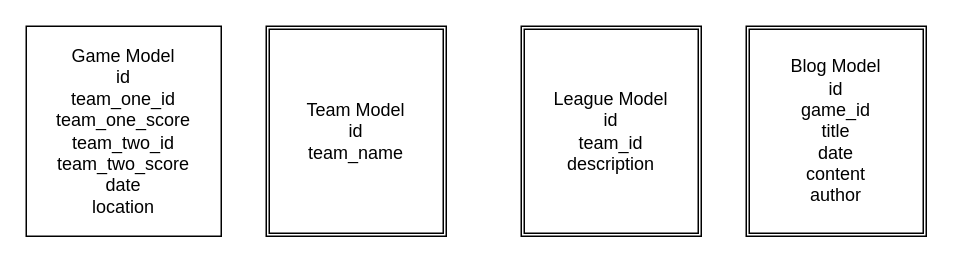
Earlier version of the draw.io diagram server2/ass.dio (wthwang38/asianhoops). Source tidied: cells renumbered, new cells numbered last; positions are measured from the earlier drawing's top-left corner, leaving out a move shared by most shapes. Both pictures are drawn from the tidied source at 150%, with x=0, y=0 at pixel (26, 26).
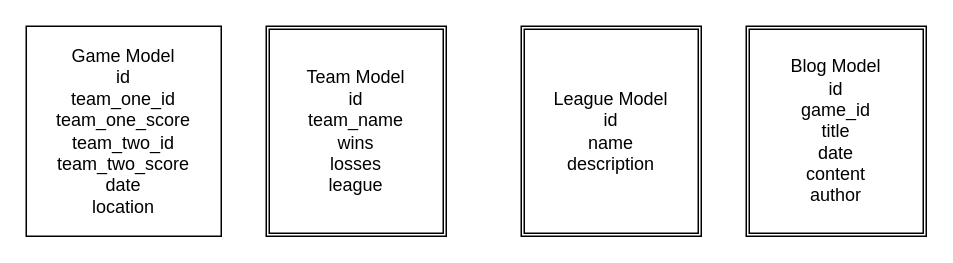
Above is the later version.

Change to the diagram source:
```diff
@@
 <mxGraphModel>
   <root>
     <mxCell id="0" />
     <mxCell id="1" parent="0" />
     <mxCell id="2" value="Game Model&lt;br&gt;id&lt;br&gt;team_one_id&lt;br&gt;team_one_score&lt;br&gt;team_two_id&lt;br&gt;team_two_score&lt;br&gt;date&lt;br&gt;location" style="rounded=0;whiteSpace=wrap;html=1;" parent="1" vertex="1">
       <mxGeometry width="130" height="140" as="geometry" />
     </mxCell>
-    <mxCell id="3" value="Team Model&lt;br&gt;id&lt;br&gt;team_name" style="shape=ext;double=1;rounded=0;whiteSpace=wrap;html=1;" parent="1" vertex="1">
+    <mxCell id="3" value="Team Model&lt;br&gt;id&lt;br&gt;team_name&lt;br&gt;wins&lt;br&gt;losses&lt;br&gt;league" style="shape=ext;double=1;rounded=0;whiteSpace=wrap;html=1;" parent="1" vertex="1">
       <mxGeometry x="160" width="120" height="140" as="geometry" />
     </mxCell>
-    <mxCell id="4" value="League Model&lt;br&gt;id&lt;br&gt;team_id&lt;br&gt;description" style="shape=ext;double=1;rounded=0;whiteSpace=wrap;html=1;" parent="1" vertex="1">
+    <mxCell id="4" value="League Model&lt;br&gt;id&lt;br&gt;name&lt;br&gt;description" style="shape=ext;double=1;rounded=0;whiteSpace=wrap;html=1;" parent="1" vertex="1">
       <mxGeometry x="330" width="120" height="140" as="geometry" />
     </mxCell>
     <mxCell id="5" value="Blog Model&lt;br&gt;id&lt;br&gt;game_id&lt;br&gt;title&lt;br&gt;date&lt;br&gt;content&lt;br&gt;author" style="shape=ext;double=1;rounded=0;whiteSpace=wrap;html=1;" parent="1" vertex="1">
       <mxGeometry x="480" width="120" height="140" as="geometry" />
     </mxCell>
   </root>
 </mxGraphModel>
```
